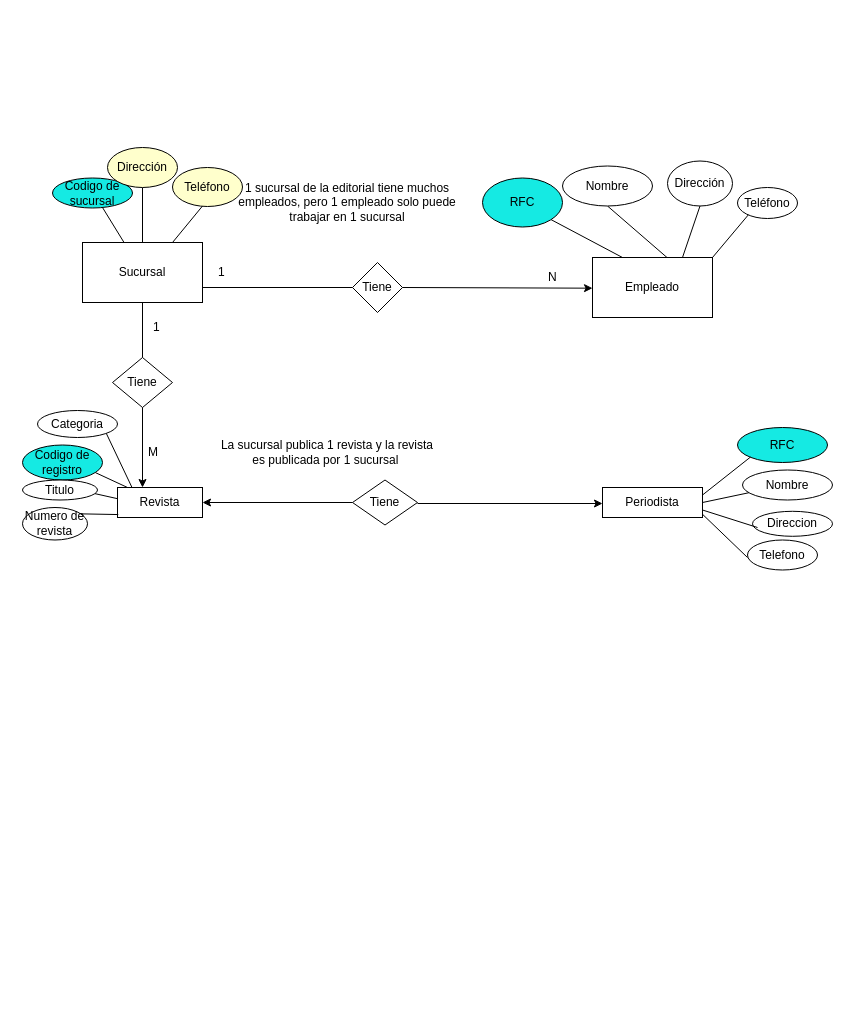
Yoloxochitl001/BaseDedatos keeps this draw.io diagram as Entregable 2.drawio. Above is the earlier version. Source tidied: cells renumbered, new cells numbered last; positions are measured from the earlier drawing's top-left corner, leaving out a move shared by most shapes. Both pictures are drawn from the tidied source at 100%, with x=0, y=0 at pixel (22, 147).
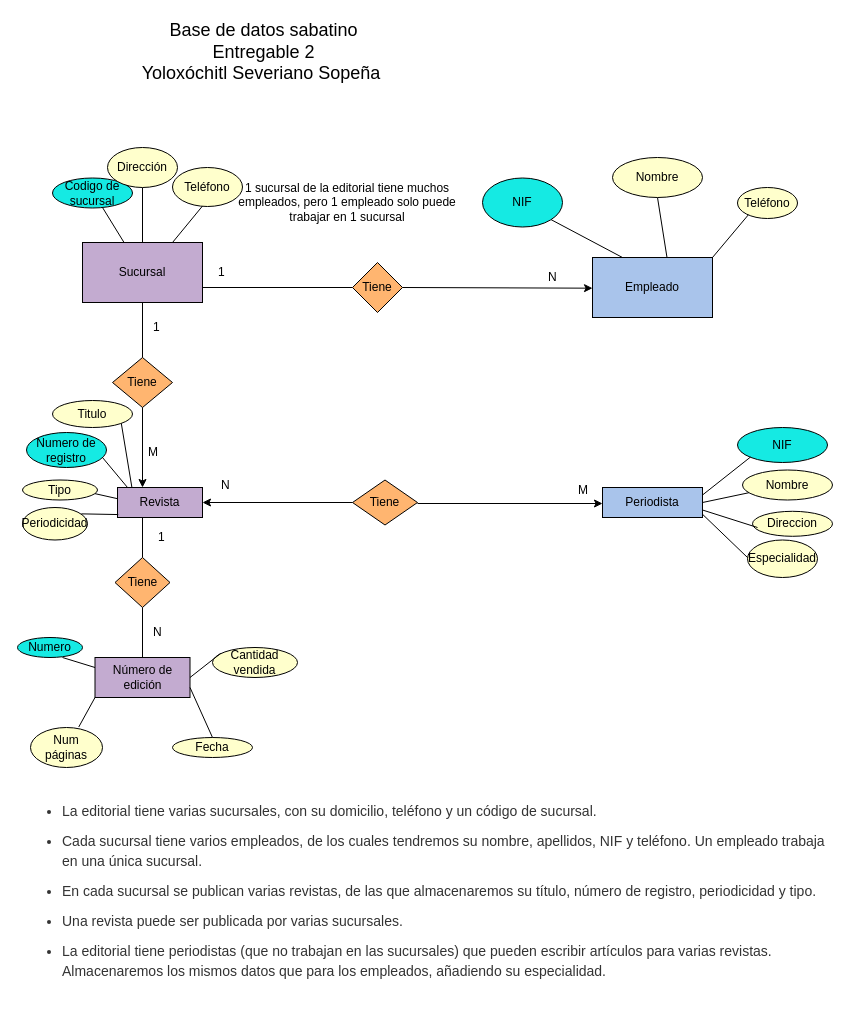
The same page after the edit.

The edit, as a diff of the source:
```diff
@@
-    <mxCell id="2" value="Sucursal" style="rounded=0;whiteSpace=wrap;html=1;" parent="1" vertex="1">
+    <mxCell id="2" value="Sucursal" style="rounded=0;whiteSpace=wrap;html=1;fillColor=#C3ABD0;" parent="1" vertex="1">
       <mxGeometry x="60" y="95" width="120" height="60" as="geometry" />
     </mxCell>
-    <mxCell id="3" value="Empleado" style="rounded=0;whiteSpace=wrap;html=1;" parent="1" vertex="1">
+    <mxCell id="3" value="Empleado" style="rounded=0;whiteSpace=wrap;html=1;fillColor=#A9C4EB;" parent="1" vertex="1">
       <mxGeometry x="570" y="110" width="120" height="60" as="geometry" />
     </mxCell>
-    <mxCell id="4" value="Revista" style="rounded=0;whiteSpace=wrap;html=1;" parent="1" vertex="1">
+    <mxCell id="4" value="Revista" style="rounded=0;whiteSpace=wrap;html=1;fillColor=#C3ABD0;" parent="1" vertex="1">
       <mxGeometry x="95" y="340" width="85" height="30" as="geometry" />
     </mxCell>
-    <mxCell id="5" value="Periodista" style="rounded=0;whiteSpace=wrap;html=1;" parent="1" vertex="1">
+    <mxCell id="5" value="Periodista" style="rounded=0;whiteSpace=wrap;html=1;fillColor=#A9C4EB;" parent="1" vertex="1">
       <mxGeometry x="580" y="340" width="100" height="30" as="geometry" />
     </mxCell>
-    <mxCell id="6" value="Tiene" style="rhombus;whiteSpace=wrap;html=1;" parent="1" vertex="1">
+    <mxCell id="6" value="Tiene" style="rhombus;whiteSpace=wrap;html=1;fillColor=#FFB570;" parent="1" vertex="1">
       <mxGeometry x="90" y="210" width="60" height="50" as="geometry" />
     </mxCell>
-    <mxCell id="7" value="Tiene" style="rhombus;whiteSpace=wrap;html=1;" parent="1" vertex="1">
+    <mxCell id="7" value="Tiene" style="rhombus;whiteSpace=wrap;html=1;fillColor=#FFB570;" parent="1" vertex="1">
       <mxGeometry x="330" y="115" width="50" height="50" as="geometry" />
     </mxCell>
@@
-    <mxCell id="18" value="RFC" style="ellipse;whiteSpace=wrap;html=1;fillColor=#15EAE3;" parent="1" vertex="1">
+    <mxCell id="18" value="NIF" style="ellipse;whiteSpace=wrap;html=1;fillColor=#15EAE3;" parent="1" vertex="1">
       <mxGeometry x="460" y="30.5" width="80" height="49" as="geometry" />
     </mxCell>
@@
-    <mxCell id="20" value="Nombre" style="ellipse;whiteSpace=wrap;html=1;" parent="1" vertex="1">
-      <mxGeometry x="540" y="18.5" width="90" height="40" as="geometry" />
+    <mxCell id="20" value="Nombre" style="ellipse;whiteSpace=wrap;html=1;fillColor=#FFFFCC;" parent="1" vertex="1">
+      <mxGeometry x="590" y="10" width="90" height="40" as="geometry" />
     </mxCell>
-    <mxCell id="21" style="endArrow=none;html=1;rounded=0;entryX=0.5;entryY=1;entryDx=0;entryDy=0;" parent="1" edge="1" target="22">
-      <mxGeometry relative="1" as="geometry">
-        <mxPoint x="660" y="110" as="sourcePoint" />
-      </mxGeometry>
-    </mxCell>
-    <mxCell id="22" value="Dirección" style="ellipse;whiteSpace=wrap;html=1;" parent="1" vertex="1">
-      <mxGeometry x="645" y="13.5" width="65" height="45" as="geometry" />
-    </mxCell>
@@
-    <mxCell id="24" value="Teléfono" style="ellipse;whiteSpace=wrap;html=1;" parent="1" vertex="1">
+    <mxCell id="24" value="Teléfono" style="ellipse;whiteSpace=wrap;html=1;fillColor=#FFFFCC;" parent="1" vertex="1">
       <mxGeometry x="715" y="40" width="60" height="31" as="geometry" />
     </mxCell>
@@
-    <mxCell id="28" value="La sucursal publica 1 revista y la revista es publicada por 1 sucursal&amp;nbsp;" style="text;html=1;strokeColor=none;fillColor=none;align=center;verticalAlign=middle;whiteSpace=wrap;rounded=0;" parent="1" vertex="1">
-      <mxGeometry x="190" y="290" width="230" height="30" as="geometry" />
-    </mxCell>
@@
-    <mxCell id="32" value="RFC" style="ellipse;whiteSpace=wrap;html=1;fillColor=#15EAE3;" parent="1" vertex="1">
+    <mxCell id="32" value="NIF" style="ellipse;whiteSpace=wrap;html=1;fillColor=#15EAE3;" parent="1" vertex="1">
       <mxGeometry x="715" y="280" width="90" height="35" as="geometry" />
     </mxCell>
-    <mxCell id="33" value="Nombre" style="ellipse;whiteSpace=wrap;html=1;" parent="1" vertex="1">
+    <mxCell id="33" value="Nombre" style="ellipse;whiteSpace=wrap;html=1;fillColor=#FFFFCC;" parent="1" vertex="1">
       <mxGeometry x="720" y="322.5" width="90" height="30" as="geometry" />
     </mxCell>
-    <mxCell id="34" value="Direccion" style="ellipse;whiteSpace=wrap;html=1;" parent="1" vertex="1">
+    <mxCell id="34" value="Direccion" style="ellipse;whiteSpace=wrap;html=1;fillColor=#FFFFCC;" parent="1" vertex="1">
       <mxGeometry x="730" y="363.8" width="80" height="25" as="geometry" />
     </mxCell>
-    <mxCell id="35" value="Telefono" style="ellipse;whiteSpace=wrap;html=1;" parent="1" vertex="1">
-      <mxGeometry x="725" y="392.5" width="70" height="30" as="geometry" />
+    <mxCell id="35" value="Especialidad" style="ellipse;whiteSpace=wrap;html=1;fillColor=#FFFFCC;" parent="1" vertex="1">
+      <mxGeometry x="725" y="392.5" width="70" height="37.5" as="geometry" />
     </mxCell>
@@
-    <mxCell id="40" value="Tiene" style="rhombus;whiteSpace=wrap;html=1;" parent="1" vertex="1">
+    <mxCell id="40" value="Tiene" style="rhombus;whiteSpace=wrap;html=1;fillColor=#FFB570;" parent="1" vertex="1">
       <mxGeometry x="330" y="332.5" width="65" height="45" as="geometry" />
     </mxCell>
@@
-    <mxCell id="43" value="Codigo de registro" style="ellipse;whiteSpace=wrap;html=1;fillColor=#15EAE3;" parent="1" vertex="1">
-      <mxGeometry y="297.5" width="80" height="35" as="geometry" />
+    <mxCell id="43" value="Numero de registro" style="ellipse;whiteSpace=wrap;html=1;fillColor=#15EAE3;" parent="1" vertex="1">
+      <mxGeometry x="4" y="285" width="80" height="35" as="geometry" />
     </mxCell>
-    <mxCell id="44" value="Titulo" style="ellipse;whiteSpace=wrap;html=1;" parent="1" vertex="1">
+    <mxCell id="44" value="Tipo" style="ellipse;whiteSpace=wrap;html=1;fillColor=#FFFFCC;" parent="1" vertex="1">
       <mxGeometry y="332.5" width="75" height="20" as="geometry" />
     </mxCell>
-    <mxCell id="45" value="Numero de revista" style="ellipse;whiteSpace=wrap;html=1;" parent="1" vertex="1">
+    <mxCell id="45" value="Periodicidad" style="ellipse;whiteSpace=wrap;html=1;fillColor=#FFFFCC;" parent="1" vertex="1">
       <mxGeometry y="360" width="65" height="32.5" as="geometry" />
     </mxCell>
-    <mxCell id="46" value="Categoria" style="ellipse;whiteSpace=wrap;html=1;" parent="1" vertex="1">
-      <mxGeometry x="15" y="263" width="80" height="27" as="geometry" />
+    <mxCell id="46" value="Titulo" style="ellipse;whiteSpace=wrap;html=1;fillColor=#FFFFCC;" parent="1" vertex="1">
+      <mxGeometry x="30" y="253" width="80" height="27" as="geometry" />
     </mxCell>
@@
     <mxCell id="48" style="endArrow=none;html=1;rounded=0;entryX=0.118;entryY=0;entryDx=0;entryDy=0;entryPerimeter=0;" parent="1" edge="1" target="4">
       <mxGeometry relative="1" as="geometry">
-        <mxPoint x="72.9" y="325.1" as="sourcePoint" />
+        <mxPoint x="80" y="310" as="sourcePoint" />
       </mxGeometry>
     </mxCell>
@@
+    <mxCell id="51" value="Tiene" style="rhombus;whiteSpace=wrap;html=1;fillColor=#FFB570;" parent="1" vertex="1">
+      <mxGeometry x="92.5" y="410" width="55" height="50" as="geometry" />
+    </mxCell>
+    <mxCell id="52" style="endArrow=none;html=1;rounded=0;" parent="1" edge="1" source="51">
+      <mxGeometry relative="1" as="geometry">
+        <mxPoint x="120" y="370" as="targetPoint" />
+      </mxGeometry>
+    </mxCell>
+    <mxCell id="53" value="Número de edición" style="rounded=0;whiteSpace=wrap;html=1;fillColor=#C3ABD0;" parent="1" vertex="1">
+      <mxGeometry x="72.5" y="510" width="95" height="40" as="geometry" />
+    </mxCell>
+    <mxCell id="54" style="endArrow=none;html=1;rounded=0;exitX=0.5;exitY=0;exitDx=0;exitDy=0;" parent="1" edge="1" source="53">
+      <mxGeometry relative="1" as="geometry">
+        <mxPoint x="120" y="460" as="targetPoint" />
+      </mxGeometry>
+    </mxCell>
+    <mxCell id="55" value="Fecha" style="ellipse;whiteSpace=wrap;html=1;fillColor=#FFFFCC;" parent="1" vertex="1">
+      <mxGeometry x="150" y="590" width="80" height="20" as="geometry" />
+    </mxCell>
+    <mxCell id="56" style="endArrow=none;html=1;rounded=0;entryX=0.5;entryY=0;entryDx=0;entryDy=0;exitX=1;exitY=0.75;exitDx=0;exitDy=0;" parent="1" edge="1" source="53" target="55">
+      <mxGeometry relative="1" as="geometry" />
+    </mxCell>
+    <mxCell id="57" value="Cantidad vendida" style="ellipse;whiteSpace=wrap;html=1;fillColor=#FFFFCC;" parent="1" vertex="1">
+      <mxGeometry x="190" y="500" width="85" height="30" as="geometry" />
+    </mxCell>
+    <mxCell id="58" style="endArrow=none;html=1;rounded=0;entryX=0.096;entryY=0.197;entryDx=0;entryDy=0;entryPerimeter=0;exitX=1;exitY=0.5;exitDx=0;exitDy=0;" parent="1" edge="1" source="53" target="57">
+      <mxGeometry relative="1" as="geometry" />
+    </mxCell>
+    <mxCell id="59" value="1" style="text;strokeColor=none;fillColor=none;align=left;verticalAlign=middle;spacingLeft=4;spacingRight=4;overflow=hidden;whiteSpace=wrap;html=1;" parent="1" vertex="1">
+      <mxGeometry x="130" y="380" width="30" height="20" as="geometry" />
+    </mxCell>
+    <mxCell id="60" value="N" style="text;strokeColor=none;fillColor=none;align=left;verticalAlign=middle;spacingLeft=4;spacingRight=4;overflow=hidden;whiteSpace=wrap;html=1;" parent="1" vertex="1">
+      <mxGeometry x="125" y="470" width="30" height="30" as="geometry" />
+    </mxCell>
+    <mxCell id="61" value="Numero" style="ellipse;whiteSpace=wrap;html=1;fillColor=#15EAE3;" parent="1" vertex="1">
+      <mxGeometry x="-5" y="490" width="65" height="20" as="geometry" />
+    </mxCell>
+    <mxCell id="62" value="Num páginas" style="ellipse;whiteSpace=wrap;html=1;fillColor=#FFFFCC;" parent="1" vertex="1">
+      <mxGeometry x="8" y="580" width="72" height="40" as="geometry" />
+    </mxCell>
+    <mxCell id="63" style="endArrow=none;html=1;rounded=0;exitX=0;exitY=1;exitDx=0;exitDy=0;entryX=0.67;entryY=-0.012;entryDx=0;entryDy=0;entryPerimeter=0;" parent="1" edge="1" source="53" target="62">
+      <mxGeometry relative="1" as="geometry" />
+    </mxCell>
+    <mxCell id="64" style="endArrow=none;html=1;rounded=0;entryX=0;entryY=0.25;entryDx=0;entryDy=0;" parent="1" edge="1" target="53">
+      <mxGeometry relative="1" as="geometry">
+        <mxPoint x="40" y="510" as="sourcePoint" />
+      </mxGeometry>
+    </mxCell>
+    <mxCell id="65" value="&#10;&lt;ul id=&quot;yui_3_17_2_1_1696528879942_123&quot; style=&quot;padding: 0px; margin: 0px 0px 0px 25px; color: rgb(51, 51, 51); font-family: &amp;quot;Source Sans 3&amp;quot;, sans-serif; font-size: 14px; font-style: normal; font-variant-ligatures: normal; font-variant-caps: normal; font-weight: 400; letter-spacing: normal; orphans: 2; text-align: left; text-indent: 0px; text-transform: none; widows: 2; word-spacing: 0px; -webkit-text-stroke-width: 0px; background-color: rgb(255, 255, 255); text-decoration-thickness: initial; text-decoration-style: initial; text-decoration-color: initial;&quot;&gt;&lt;li dir=&quot;ltr&quot; aria-level=&quot;1&quot; style=&quot;line-height: 20px;&quot;&gt;&lt;p dir=&quot;ltr&quot; role=&quot;presentation&quot; style=&quot;margin: 0px 0px 10px;&quot;&gt;La editorial tiene varias sucursales, con su domicilio, teléfono y un código de sucursal.&lt;/p&gt;&lt;/li&gt;&lt;li dir=&quot;ltr&quot; aria-level=&quot;1&quot; style=&quot;line-height: 20px;&quot;&gt;&lt;p dir=&quot;ltr&quot; role=&quot;presentation&quot; style=&quot;margin: 0px 0px 10px;&quot;&gt;Cada sucursal tiene varios empleados, de los cuales tendremos su nombre, apellidos, NIF y teléfono. Un empleado trabaja en una única sucursal.&lt;/p&gt;&lt;/li&gt;&lt;li dir=&quot;ltr&quot; aria-level=&quot;1&quot; style=&quot;line-height: 20px;&quot;&gt;&lt;p dir=&quot;ltr&quot; role=&quot;presentation&quot; style=&quot;margin: 0px 0px 10px;&quot;&gt;En cada sucursal se publican varias revistas, de las que almacenaremos su título, número de registro, periodicidad y tipo.&lt;/p&gt;&lt;/li&gt;&lt;li dir=&quot;ltr&quot; aria-level=&quot;1&quot; style=&quot;line-height: 20px;&quot;&gt;&lt;p dir=&quot;ltr&quot; role=&quot;presentation&quot; style=&quot;margin: 0px 0px 10px;&quot;&gt;Una revista puede ser publicada por varias sucursales.&lt;/p&gt;&lt;/li&gt;&lt;li dir=&quot;ltr&quot; aria-level=&quot;1&quot; style=&quot;line-height: 20px;&quot;&gt;&lt;p dir=&quot;ltr&quot; role=&quot;presentation&quot; style=&quot;margin: 0px 0px 10px;&quot;&gt;La editorial tiene periodistas (que no trabajan en las sucursales) que pueden escribir artículos para varias revistas. Almacenaremos los mismos datos que para los empleados, añadiendo su&lt;span&gt;&amp;nbsp;&lt;/span&gt;especialidad.&lt;/p&gt;&lt;/li&gt;&lt;/ul&gt;&#10;&#10;" style="text;html=1;strokeColor=none;fillColor=none;spacing=5;spacingTop=-20;whiteSpace=wrap;overflow=hidden;rounded=0;" parent="1" vertex="1">
+      <mxGeometry x="10" y="650" width="800" height="200" as="geometry" />
+    </mxCell>
+    <mxCell id="66" value="N" style="text;strokeColor=none;fillColor=none;align=left;verticalAlign=middle;spacingLeft=4;spacingRight=4;overflow=hidden;whiteSpace=wrap;html=1;" parent="1" vertex="1">
+      <mxGeometry x="193" y="323" width="37" height="30" as="geometry" />
+    </mxCell>
+    <mxCell id="67" value="M" style="text;strokeColor=none;fillColor=none;align=left;verticalAlign=middle;spacingLeft=4;spacingRight=4;overflow=hidden;whiteSpace=wrap;html=1;" parent="1" vertex="1">
+      <mxGeometry x="550" y="327.5" width="40" height="30" as="geometry" />
+    </mxCell>
+    <mxCell id="68" value="&lt;font style=&quot;font-size: 18px;&quot;&gt;Base de datos sabatino&lt;br&gt;Entregable 2&lt;br&gt;Yoloxóchitl Severiano Sopeña&amp;nbsp;&lt;/font&gt;" style="text;html=1;strokeColor=none;fillColor=none;align=center;verticalAlign=middle;whiteSpace=wrap;rounded=0;" parent="1" vertex="1">
+      <mxGeometry x="13" y="-130" width="457" height="70" as="geometry" />
+    </mxCell>
```
